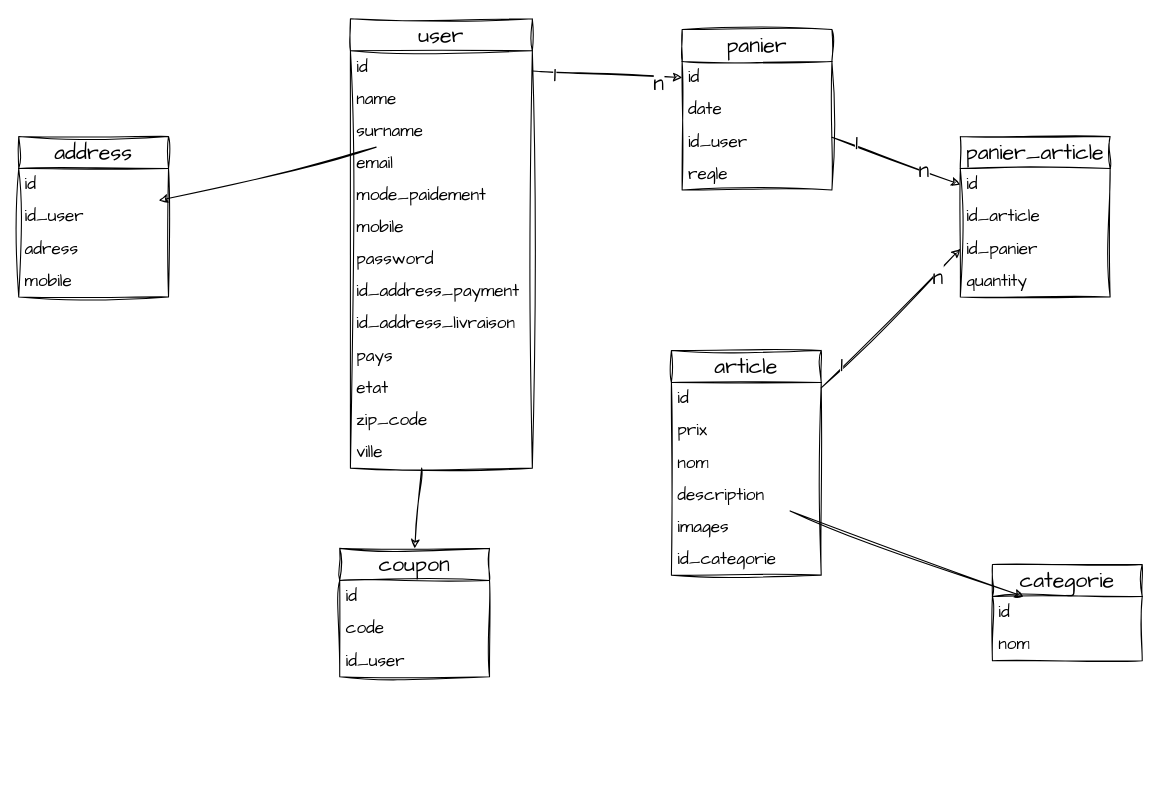
This is _process/_dataBase.drawio from zoobo-jose/B-construction, a draw.io file, before an edit. Source tidied: cells renumbered, new cells numbered last; positions are measured from the earlier drawing's top-left corner, leaving out a move shared by most shapes. Both pictures are drawn from the tidied source at 107%, with x=0, y=0 at pixel (18, 18).
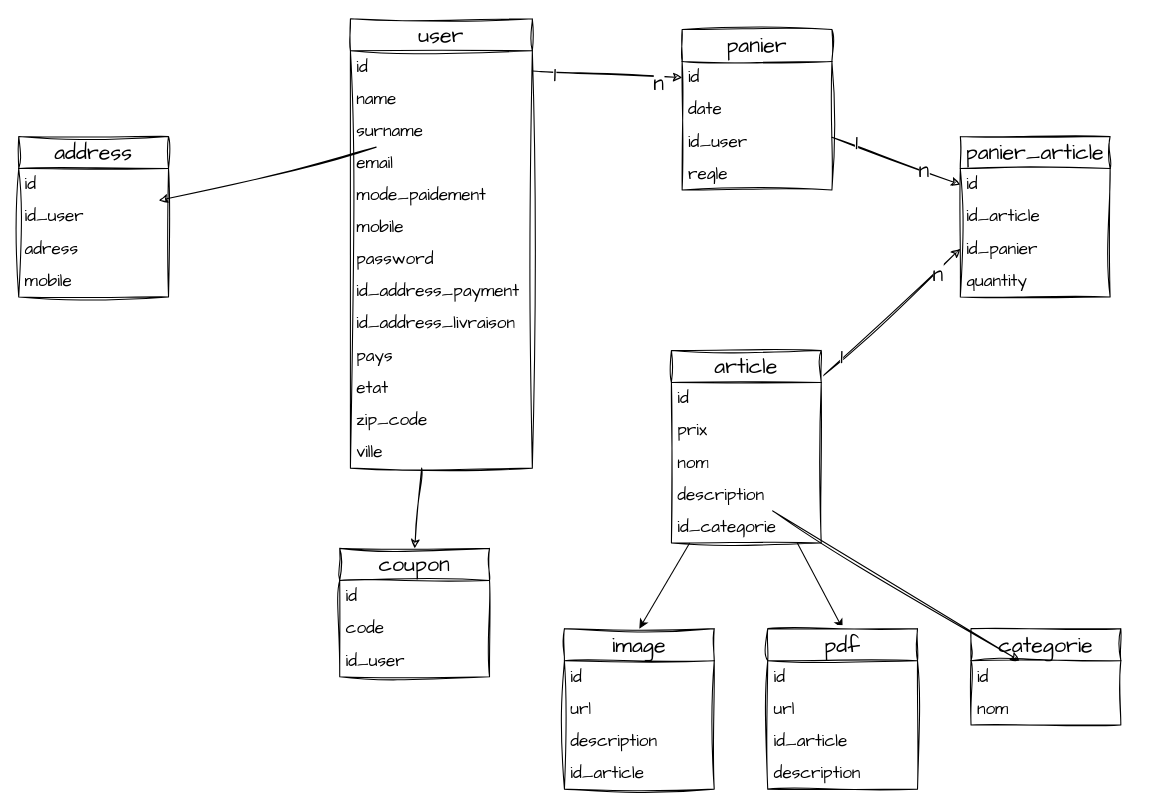
Above is the later version.

Commit message (it also covers changes not shown here):
categorie des article

What changed in the source:
```diff
@@
+    <mxCell id="58" style="edgeStyle=none;html=1;entryX=0.5;entryY=0;entryDx=0;entryDy=0;" parent="1" edge="1" source="32" target="60">
+      <mxGeometry relative="1" as="geometry" />
+    </mxCell>
+    <mxCell id="59" style="edgeStyle=none;html=1;entryX=0.5;entryY=0;entryDx=0;entryDy=0;" parent="1" edge="1" source="32" target="65">
+      <mxGeometry relative="1" as="geometry" />
+    </mxCell>
     <mxCell id="32" value="article" style="swimlane;fontStyle=0;horizontal=1;startSize=30;whiteSpace=wrap;html=1;sketch=1;hachureGap=4;jiggle=2;curveFitting=1;fontFamily=Architects Daughter;fontSize=20;" parent="1" vertex="1">
-      <mxGeometry x="610" y="310" width="140" height="210" as="geometry" />
+      <mxGeometry x="610" y="310" width="140" height="180" as="geometry" />
     </mxCell>
@@
-    <mxCell id="37" value="images" style="text;strokeColor=none;fillColor=none;align=left;verticalAlign=middle;spacingLeft=4;spacingRight=4;overflow=hidden;whiteSpace=wrap;html=1;fontSize=16;sketch=1;hachureGap=4;jiggle=2;curveFitting=1;fontFamily=Architects Daughter;" parent="32" vertex="1">
-      <mxGeometry y="150" width="140" height="30" as="geometry" />
-    </mxCell>
     <mxCell id="38" value="id_categorie" style="text;strokeColor=none;fillColor=none;align=left;verticalAlign=middle;spacingLeft=4;spacingRight=4;overflow=hidden;whiteSpace=wrap;html=1;fontSize=16;sketch=1;hachureGap=4;jiggle=2;curveFitting=1;fontFamily=Architects Daughter;" parent="32" vertex="1">
-      <mxGeometry y="180" width="140" height="30" as="geometry" />
+      <mxGeometry y="150" width="140" height="30" as="geometry" />
     </mxCell>
@@
     <mxCell id="48" value="categorie" style="swimlane;fontStyle=0;horizontal=1;startSize=30;whiteSpace=wrap;html=1;sketch=1;hachureGap=4;jiggle=2;curveFitting=1;fontFamily=Architects Daughter;fontSize=20;" parent="1" vertex="1">
-      <mxGeometry x="910" y="510" width="140" height="90" as="geometry" />
+      <mxGeometry x="890" y="570" width="140" height="90" as="geometry" />
     </mxCell>
@@
+    <mxCell id="60" value="image" style="swimlane;fontStyle=0;horizontal=1;startSize=30;whiteSpace=wrap;html=1;sketch=1;hachureGap=4;jiggle=2;curveFitting=1;fontFamily=Architects Daughter;fontSize=20;" parent="1" vertex="1">
+      <mxGeometry x="510" y="570" width="140" height="150" as="geometry" />
+    </mxCell>
+    <mxCell id="61" value="id" style="text;strokeColor=none;fillColor=none;align=left;verticalAlign=middle;spacingLeft=4;spacingRight=4;overflow=hidden;whiteSpace=wrap;html=1;fontSize=16;sketch=1;hachureGap=4;jiggle=2;curveFitting=1;fontFamily=Architects Daughter;" parent="60" vertex="1">
+      <mxGeometry y="30" width="140" height="30" as="geometry" />
+    </mxCell>
+    <mxCell id="62" value="url" style="text;strokeColor=none;fillColor=none;align=left;verticalAlign=middle;spacingLeft=4;spacingRight=4;overflow=hidden;whiteSpace=wrap;html=1;fontSize=16;sketch=1;hachureGap=4;jiggle=2;curveFitting=1;fontFamily=Architects Daughter;" parent="60" vertex="1">
+      <mxGeometry y="60" width="140" height="30" as="geometry" />
+    </mxCell>
+    <mxCell id="63" value="description" style="text;strokeColor=none;fillColor=none;align=left;verticalAlign=middle;spacingLeft=4;spacingRight=4;overflow=hidden;whiteSpace=wrap;html=1;fontSize=16;sketch=1;hachureGap=4;jiggle=2;curveFitting=1;fontFamily=Architects Daughter;" parent="60" vertex="1">
+      <mxGeometry y="90" width="140" height="30" as="geometry" />
+    </mxCell>
+    <mxCell id="64" value="id_article" style="text;strokeColor=none;fillColor=none;align=left;verticalAlign=middle;spacingLeft=4;spacingRight=4;overflow=hidden;whiteSpace=wrap;html=1;fontSize=16;sketch=1;hachureGap=4;jiggle=2;curveFitting=1;fontFamily=Architects Daughter;" parent="60" vertex="1">
+      <mxGeometry y="120" width="140" height="30" as="geometry" />
+    </mxCell>
+    <mxCell id="65" value="pdf" style="swimlane;fontStyle=0;horizontal=1;startSize=30;whiteSpace=wrap;html=1;sketch=1;hachureGap=4;jiggle=2;curveFitting=1;fontFamily=Architects Daughter;fontSize=20;" parent="1" vertex="1">
+      <mxGeometry x="700" y="570" width="140" height="150" as="geometry" />
+    </mxCell>
+    <mxCell id="66" value="id" style="text;strokeColor=none;fillColor=none;align=left;verticalAlign=middle;spacingLeft=4;spacingRight=4;overflow=hidden;whiteSpace=wrap;html=1;fontSize=16;sketch=1;hachureGap=4;jiggle=2;curveFitting=1;fontFamily=Architects Daughter;" parent="65" vertex="1">
+      <mxGeometry y="30" width="140" height="30" as="geometry" />
+    </mxCell>
+    <mxCell id="67" value="url" style="text;strokeColor=none;fillColor=none;align=left;verticalAlign=middle;spacingLeft=4;spacingRight=4;overflow=hidden;whiteSpace=wrap;html=1;fontSize=16;sketch=1;hachureGap=4;jiggle=2;curveFitting=1;fontFamily=Architects Daughter;" parent="65" vertex="1">
+      <mxGeometry y="60" width="140" height="30" as="geometry" />
+    </mxCell>
+    <mxCell id="68" value="id_article" style="text;strokeColor=none;fillColor=none;align=left;verticalAlign=middle;spacingLeft=4;spacingRight=4;overflow=hidden;whiteSpace=wrap;html=1;fontSize=16;sketch=1;hachureGap=4;jiggle=2;curveFitting=1;fontFamily=Architects Daughter;" parent="65" vertex="1">
+      <mxGeometry y="90" width="140" height="30" as="geometry" />
+    </mxCell>
+    <mxCell id="69" value="description" style="text;strokeColor=none;fillColor=none;align=left;verticalAlign=middle;spacingLeft=4;spacingRight=4;overflow=hidden;whiteSpace=wrap;html=1;fontSize=16;sketch=1;hachureGap=4;jiggle=2;curveFitting=1;fontFamily=Architects Daughter;" parent="65" vertex="1">
+      <mxGeometry y="120" width="140" height="30" as="geometry" />
+    </mxCell>
```
